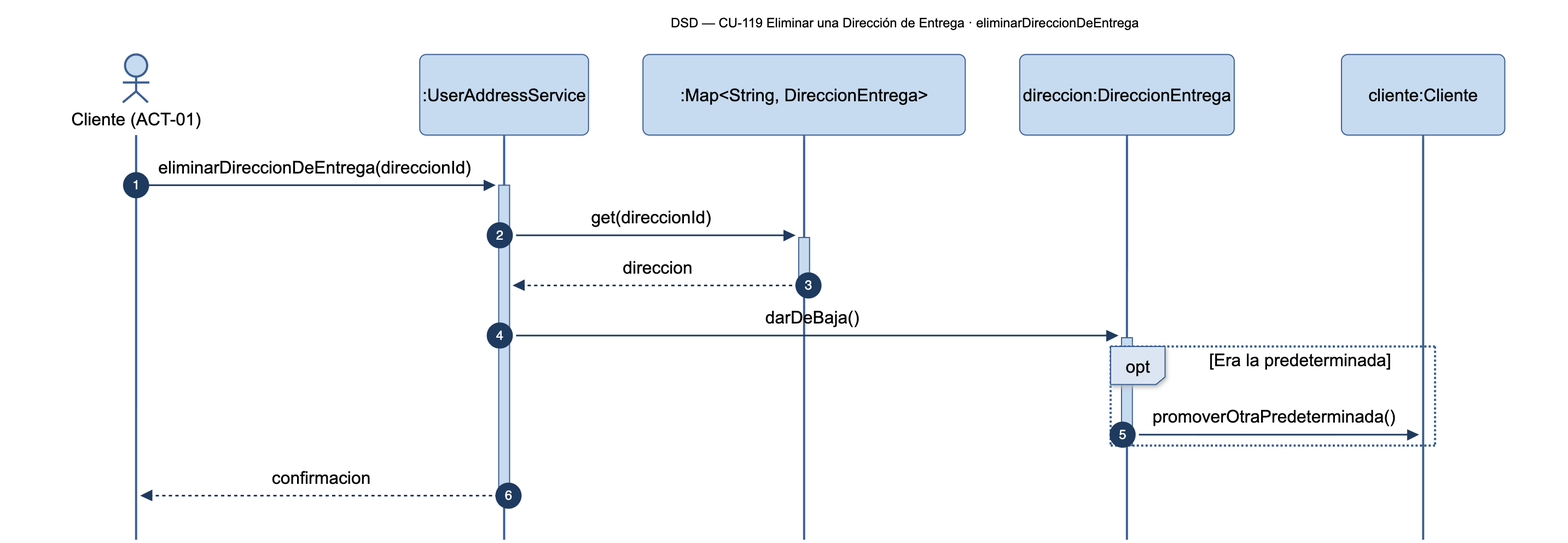
Earlier version of the Mermaid export diagramas/png/DSD_CU-119_eliminarDireccionDeEntrega.png (Nahuelito-Dev/splg-docs). Its source is kept beside it as diagramas/DSD_CU-119_eliminarDireccionDeEntrega.mmd.
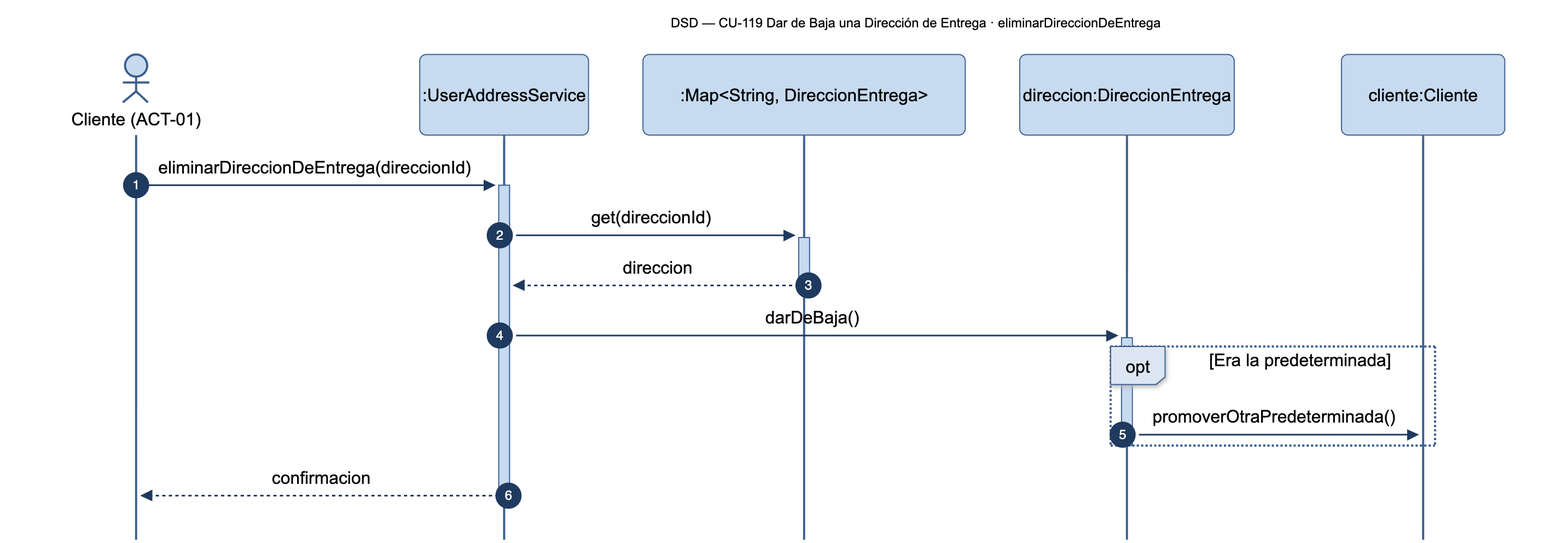
Later version of the same file.

Diff of the diagram source:
```diff
@@ -1,5 +1,5 @@
 sequenceDiagram
-    title DSD — CU-119 Eliminar una Dirección de Entrega · eliminarDireccionDeEntrega
+    title DSD — CU-119 Dar de Baja una Dirección de Entrega · eliminarDireccionDeEntrega
     autonumber
     actor CLI as Cliente (ACT-01)
     participant SRV as :UserAddressService
```
